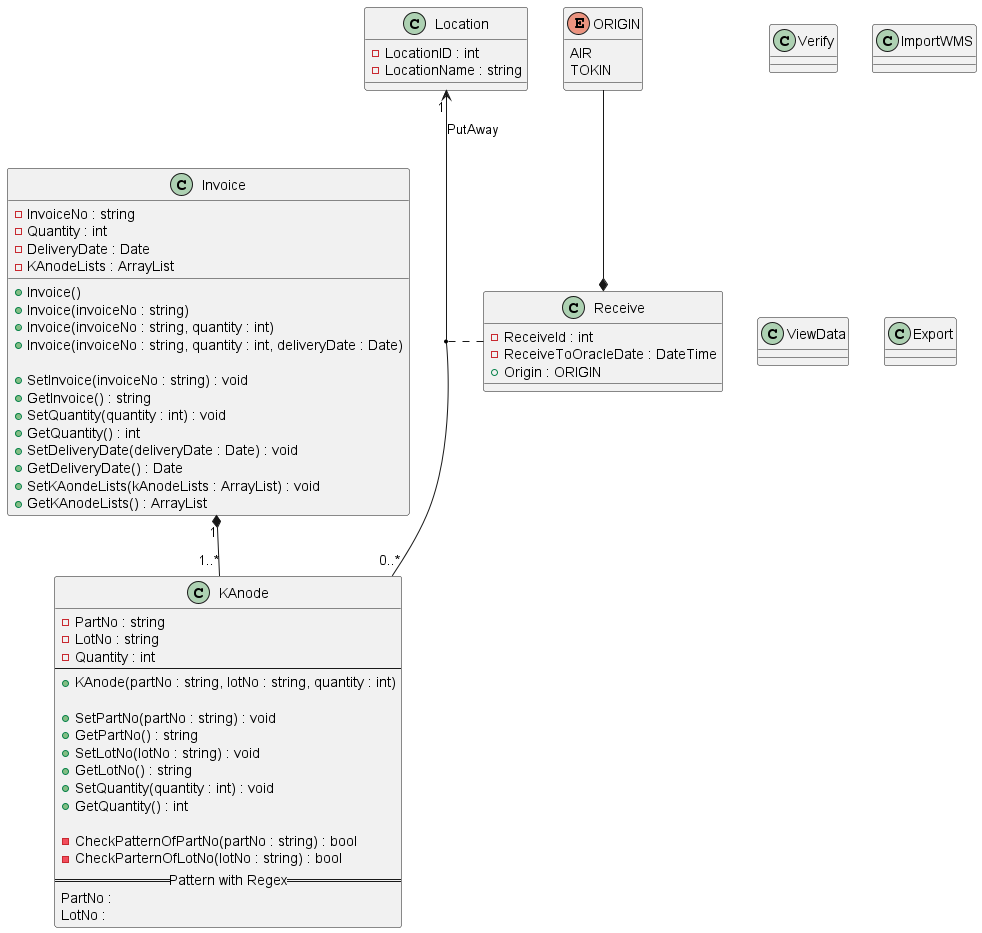
The PlantUML diagram out/UML/Detail/Class.png in Shinodari/K-Anode-Received-Assistant-Design, before a commit.
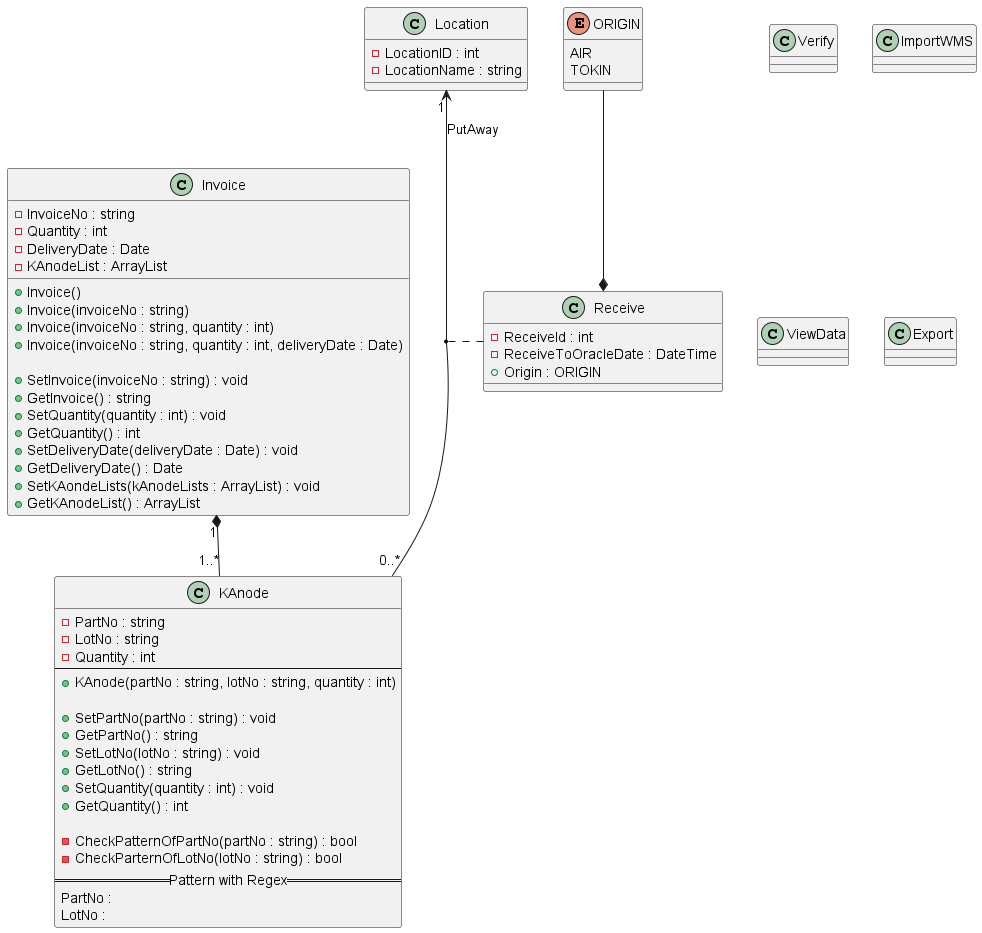
The same file after the commit.

Commit message:
clase:change variable name KAnodeLists to KAnodeList

The edit, as a diff of the source:
```diff
@@ -25,7 +25,7 @@
     -InvoiceNo : string
     -Quantity : int
     -DeliveryDate : Date
-    -KAnodeLists : ArrayList
+    -KAnodeList : ArrayList
 
     +Invoice()
     +Invoice(invoiceNo : string)
@@ -39,7 +39,7 @@
     +SetDeliveryDate(deliveryDate : Date) : void
     +GetDeliveryDate() : Date
     +SetKAondeLists(kAnodeLists : ArrayList) : void
-    +GetKAnodeLists() : ArrayList
+    +GetKAnodeList() : ArrayList
 }
 Invoice "1" *-- "1..*" KAnode
 
```
